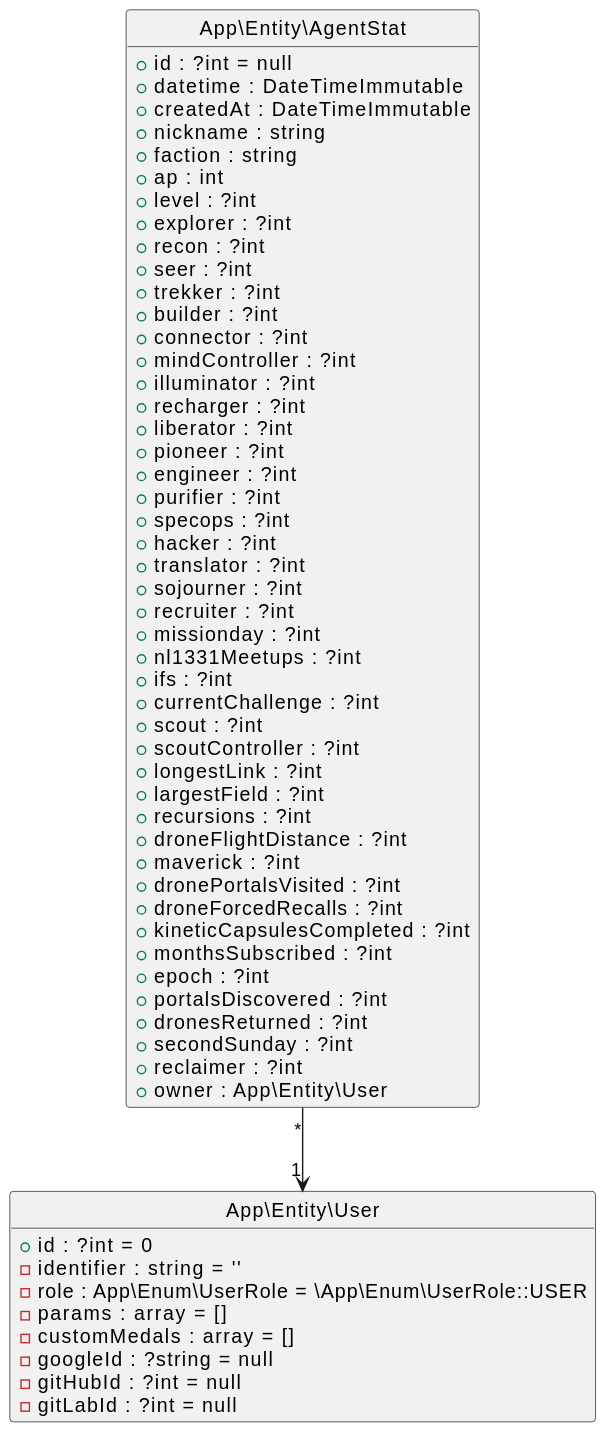
The PlantUML diagram web/assets/docs/database.svg in elkuku/AgentTools, before a commit. Source of this version:
```plantuml
@startuml
set separator none
!pragma useIntermediatePackages false
skinparam linetype ortho
skinparam MinClassWidth 140
hide circle
hide empty members
!theme _none_
class App\Entity\User {
+ id : ?int = 0
- identifier : string = ''
- role : App\Enum\UserRole = \App\Enum\UserRole::USER
- params : array = []
- customMedals : array = []
- googleId : ?string = null
- gitHubId : ?int = null
- gitLabId : ?int = null
}
class App\Entity\AgentStat {
+ id : ?int = null
+ datetime : DateTimeImmutable
+ createdAt : DateTimeImmutable
+ nickname : string
+ faction : string
+ ap : int
+ level : ?int
+ explorer : ?int
+ recon : ?int
+ seer : ?int
+ trekker : ?int
+ builder : ?int
+ connector : ?int
+ mindController : ?int
+ illuminator : ?int
+ recharger : ?int
+ liberator : ?int
+ pioneer : ?int
+ engineer : ?int
+ purifier : ?int
+ specops : ?int
+ hacker : ?int
+ translator : ?int
+ sojourner : ?int
+ recruiter : ?int
+ missionday : ?int
+ nl1331Meetups : ?int
+ ifs : ?int
+ currentChallenge : ?int
+ scout : ?int
+ scoutController : ?int
+ longestLink : ?int
+ largestField : ?int
+ recursions : ?int
+ droneFlightDistance : ?int
+ maverick : ?int
+ dronePortalsVisited : ?int
+ droneForcedRecalls : ?int
+ kineticCapsulesCompleted : ?int
+ monthsSubscribed : ?int
+ epoch : ?int
+ portalsDiscovered : ?int
+ dronesReturned : ?int
+ secondSunday : ?int
+ reclaimer : ?int
+ owner : App\Entity\User
}
App\Entity\AgentStat "*" --> "1" App\Entity\User
@enduml
```
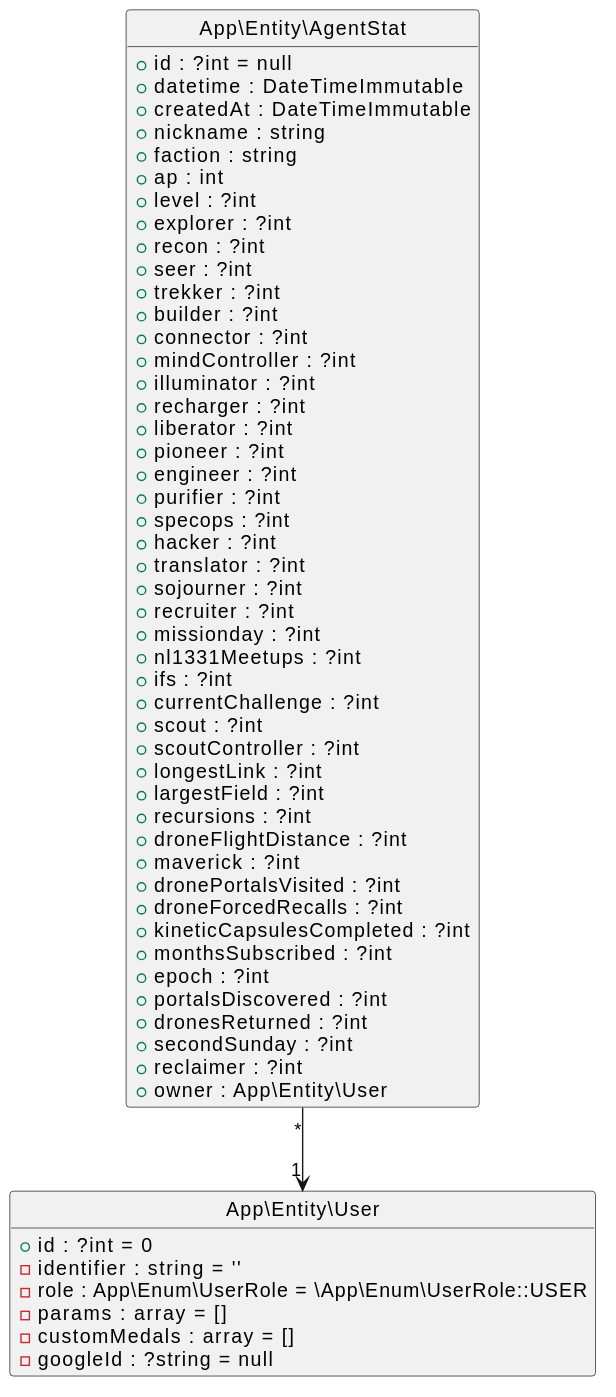
After the commit.

Diff of the diagram source:
```diff
@@ -6,16 +6,6 @@
 hide circle
 hide empty members
 !theme _none_
-class App\Entity\User {
-+ id : ?int = 0
-- identifier : string = ''
-- role : App\Enum\UserRole = \App\Enum\UserRole::USER
-- params : array = []
-- customMedals : array = []
-- googleId : ?string = null
-- gitHubId : ?int = null
-- gitLabId : ?int = null
-}
 class App\Entity\AgentStat {
 + id : ?int = null
 + datetime : DateTimeImmutable
@@ -64,5 +54,13 @@
 + reclaimer : ?int
 + owner : App\Entity\User
 }
+class App\Entity\User {
++ id : ?int = 0
+- identifier : string = ''
+- role : App\Enum\UserRole = \App\Enum\UserRole::USER
+- params : array = []
+- customMedals : array = []
+- googleId : ?string = null
+}
 App\Entity\AgentStat "*" --> "1" App\Entity\User
 @enduml
```
